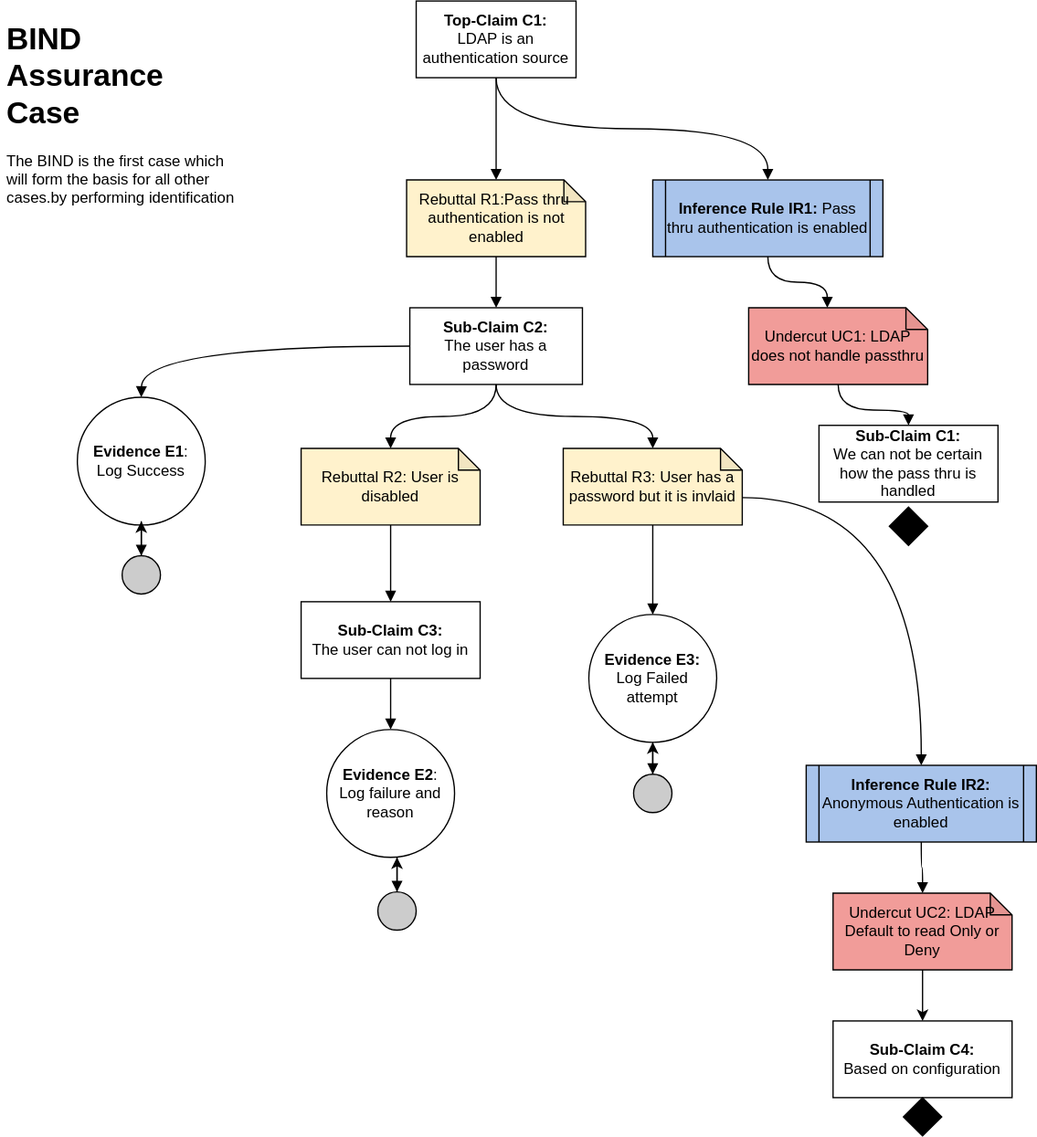
This is images/BIND Assurance Case.svg from bartelsjoshuac/SAPG, a draw.io export, as it was before one commit. Source tidied: cells renumbered, new cells last; positions are measured from the earlier drawing's top-left corner, leaving out a move shared by most shapes.
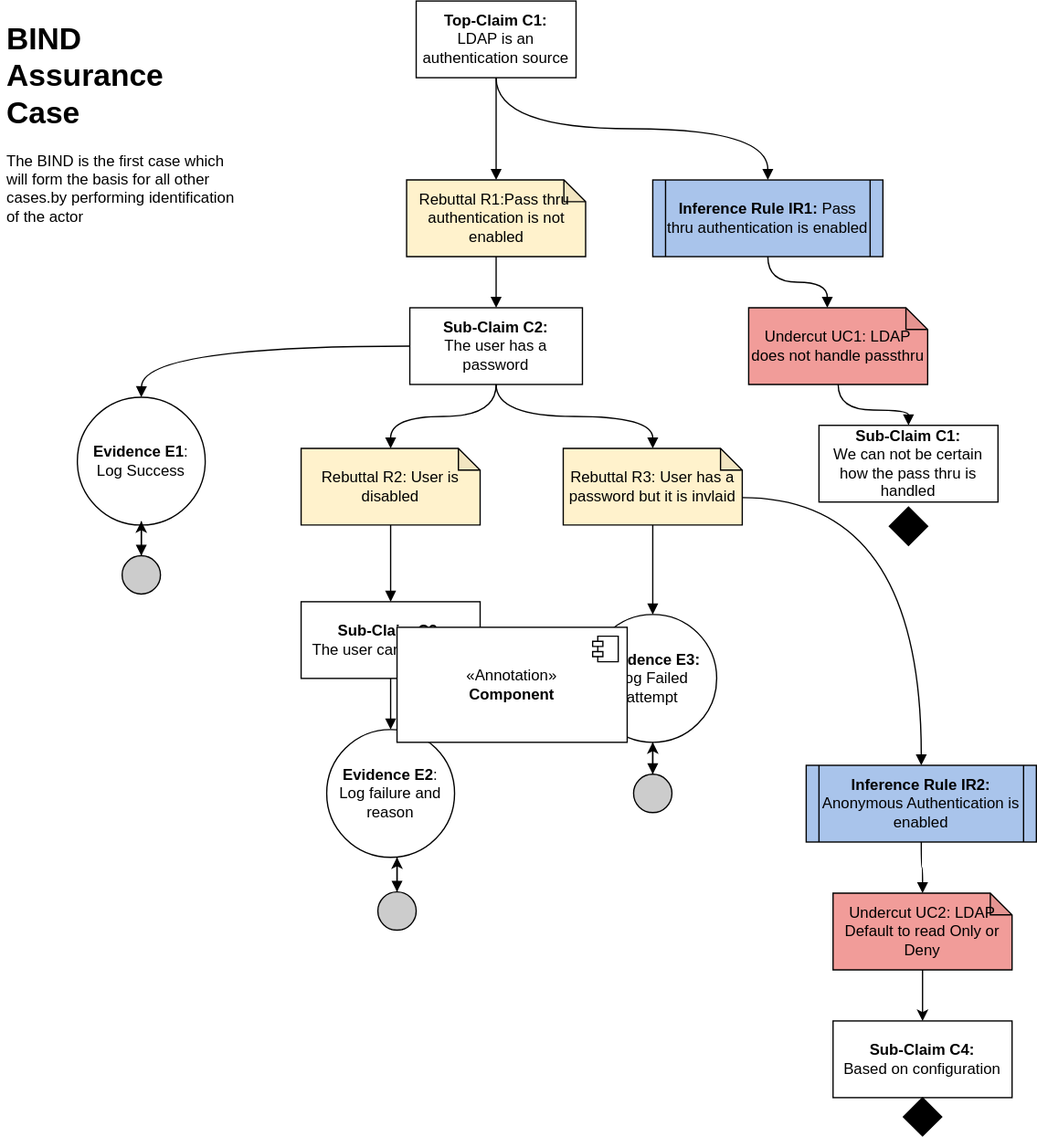
The same diagram one commit later.

Change to the diagram source:
```diff
@@ -2,7 +2,7 @@
   <root>
     <mxCell id="0" />
     <mxCell id="1" parent="0" />
-    <mxCell id="2" value="&lt;h1&gt;BIND Assurance Case&lt;/h1&gt;&lt;p&gt;The BIND is the first case which will form the basis for all other cases.by performing identification&lt;/p&gt;" style="text;html=1;strokeColor=none;fillColor=none;spacing=5;spacingTop=-20;whiteSpace=wrap;overflow=hidden;rounded=0;" parent="1" vertex="1">
+    <mxCell id="2" value="&lt;h1&gt;BIND Assurance Case&lt;/h1&gt;&lt;p&gt;The BIND is the first case which will form the basis for all other cases.by performing identification of the actor&lt;/p&gt;" style="text;html=1;strokeColor=none;fillColor=none;spacing=5;spacingTop=-20;whiteSpace=wrap;overflow=hidden;rounded=0;" parent="1" vertex="1">
       <mxGeometry y="10" width="190" height="270" as="geometry" />
     </mxCell>
     <mxCell id="3" style="edgeStyle=orthogonalEdgeStyle;rounded=0;jettySize=auto;html=1;endArrow=block;endFill=1;curved=1;" parent="1" edge="1" source="5" target="7">
@@ -135,5 +135,13 @@
     <mxCell id="42" style="ellipse;whiteSpace=wrap;html=1;fillColor=#CCCCCC;" parent="1" vertex="1">
       <mxGeometry x="95" y="434" width="30" height="30" as="geometry" />
     </mxCell>
+    <mxCell id="43" value="&amp;laquo;Annotation&amp;raquo;&lt;br/&gt;&lt;b&gt;Component&lt;/b&gt;" style="html=1;whiteSpace=wrap;" parent="1" vertex="1">
+      <mxGeometry x="310" y="490" width="180" height="90" as="geometry" />
+    </mxCell>
+    <mxCell id="44" style="shape=module;jettyWidth=8;jettyHeight=4;" parent="43" vertex="1">
+      <mxGeometry x="1" width="20" height="20" relative="1" as="geometry">
+        <mxPoint x="-27" y="7" as="offset" />
+      </mxGeometry>
+    </mxCell>
   </root>
 </mxGraphModel>
```
